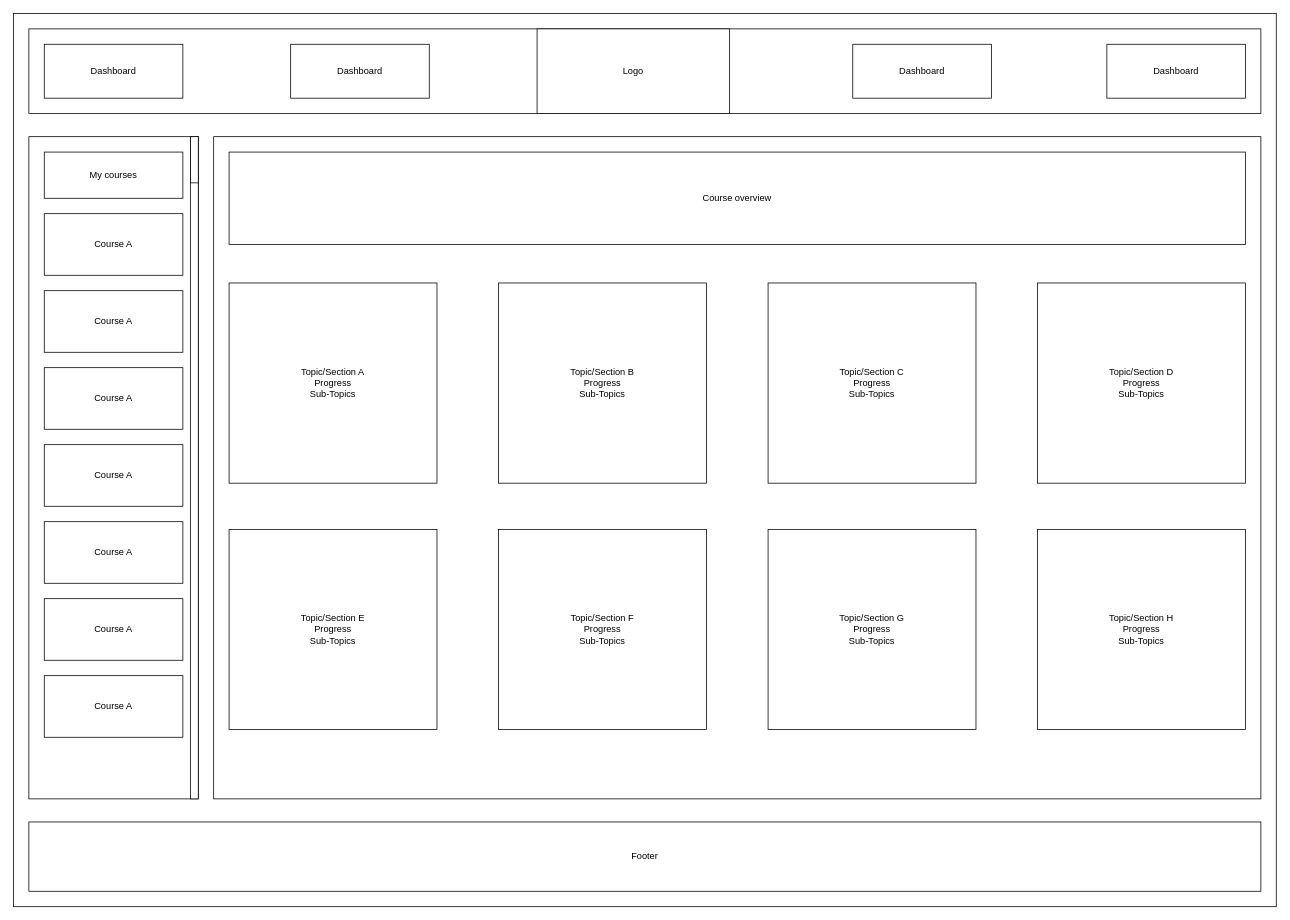
OpenScource/Info keeps this draw.io diagram as Untitled Diagram.drawio. Above is the earlier version. Source tidied: cells renumbered, new cells numbered last; positions are measured from the earlier drawing's top-left corner, leaving out a move shared by most shapes. Both pictures are drawn from the tidied source at 77%, with x=0, y=0 at pixel (13, 13).
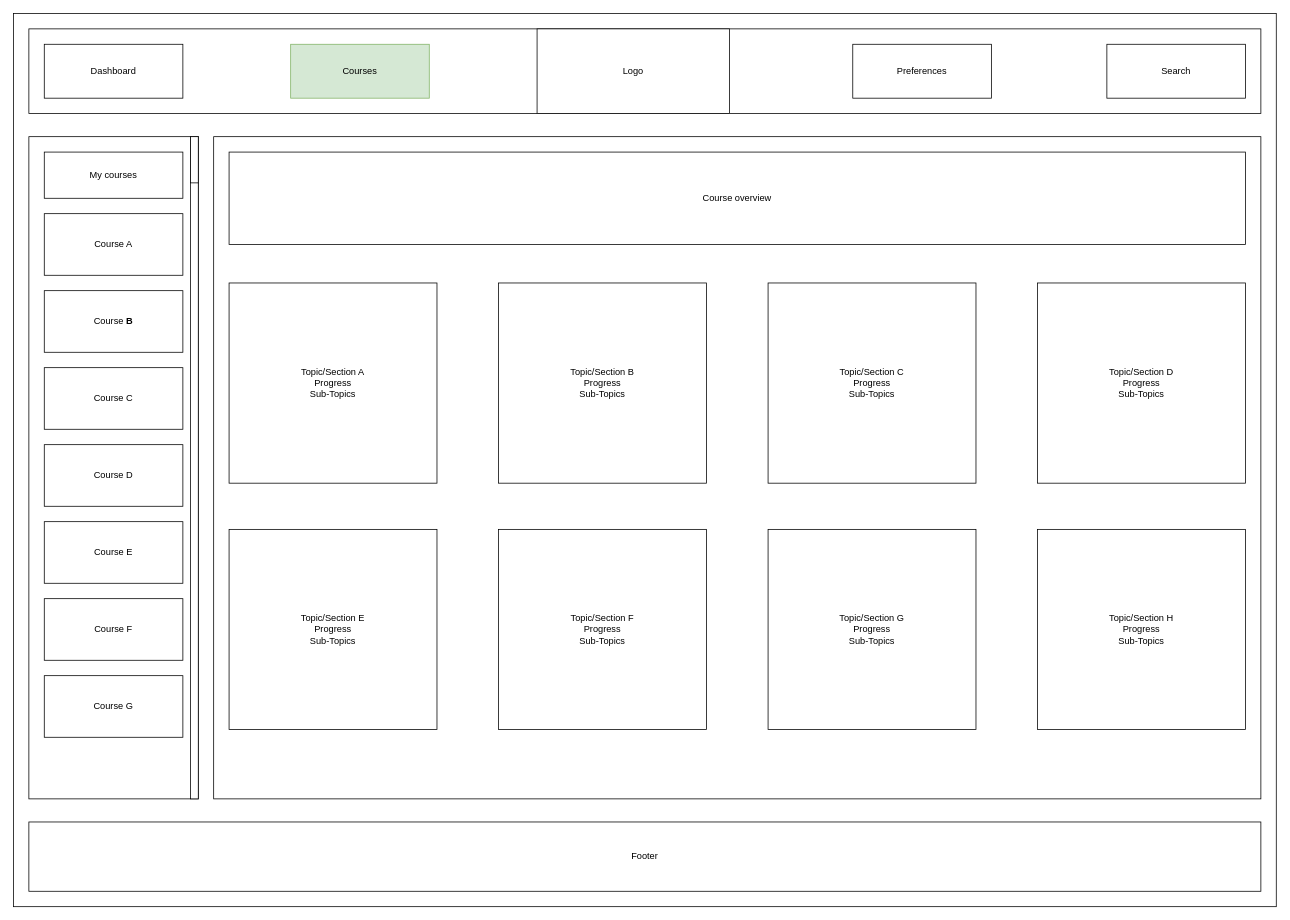
Above is the later version.

The edit, as a diff of the source:
```diff
@@
-    <mxCell id="6" value="Dashboard" style="rounded=0;whiteSpace=wrap;html=1;" parent="1" vertex="1">
+    <mxCell id="6" value="Search" style="rounded=0;whiteSpace=wrap;html=1;" parent="1" vertex="1">
       <mxGeometry x="1420" y="40" width="180" height="70" as="geometry" />
     </mxCell>
-    <mxCell id="7" value="Dashboard" style="rounded=0;whiteSpace=wrap;html=1;" parent="1" vertex="1">
+    <mxCell id="7" value="Preferences" style="rounded=0;whiteSpace=wrap;html=1;" parent="1" vertex="1">
       <mxGeometry x="1090" y="40" width="180" height="70" as="geometry" />
     </mxCell>
-    <mxCell id="8" value="Dashboard" style="rounded=0;whiteSpace=wrap;html=1;" parent="1" vertex="1">
+    <mxCell id="8" value="Courses" style="rounded=0;whiteSpace=wrap;html=1;fillColor=#d5e8d4;strokeColor=#82b366;" parent="1" vertex="1">
       <mxGeometry x="360" y="40" width="180" height="70" as="geometry" />
     </mxCell>
@@
-    <mxCell id="25" value="Course A" style="rounded=0;whiteSpace=wrap;html=1;" parent="1" vertex="1">
+    <mxCell id="25" value="Course &lt;b&gt;B&lt;/b&gt;" style="rounded=0;whiteSpace=wrap;html=1;" parent="1" vertex="1">
       <mxGeometry x="40" y="360" width="180" height="80" as="geometry" />
     </mxCell>
-    <mxCell id="26" value="Course A" style="rounded=0;whiteSpace=wrap;html=1;" parent="1" vertex="1">
+    <mxCell id="26" value="Course C" style="rounded=0;whiteSpace=wrap;html=1;" parent="1" vertex="1">
       <mxGeometry x="40" y="460" width="180" height="80" as="geometry" />
     </mxCell>
-    <mxCell id="27" value="Course A" style="rounded=0;whiteSpace=wrap;html=1;" parent="1" vertex="1">
+    <mxCell id="27" value="Course D" style="rounded=0;whiteSpace=wrap;html=1;" parent="1" vertex="1">
       <mxGeometry x="40" y="560" width="180" height="80" as="geometry" />
     </mxCell>
-    <mxCell id="28" value="Course A" style="rounded=0;whiteSpace=wrap;html=1;" parent="1" vertex="1">
+    <mxCell id="28" value="Course E" style="rounded=0;whiteSpace=wrap;html=1;" parent="1" vertex="1">
       <mxGeometry x="40" y="660" width="180" height="80" as="geometry" />
     </mxCell>
-    <mxCell id="29" value="Course A" style="rounded=0;whiteSpace=wrap;html=1;" parent="1" vertex="1">
+    <mxCell id="29" value="Course F" style="rounded=0;whiteSpace=wrap;html=1;" parent="1" vertex="1">
       <mxGeometry x="40" y="760" width="180" height="80" as="geometry" />
     </mxCell>
-    <mxCell id="30" value="Course A" style="rounded=0;whiteSpace=wrap;html=1;" parent="1" vertex="1">
+    <mxCell id="30" value="Course G" style="rounded=0;whiteSpace=wrap;html=1;" parent="1" vertex="1">
       <mxGeometry x="40" y="860" width="180" height="80" as="geometry" />
     </mxCell>
```
